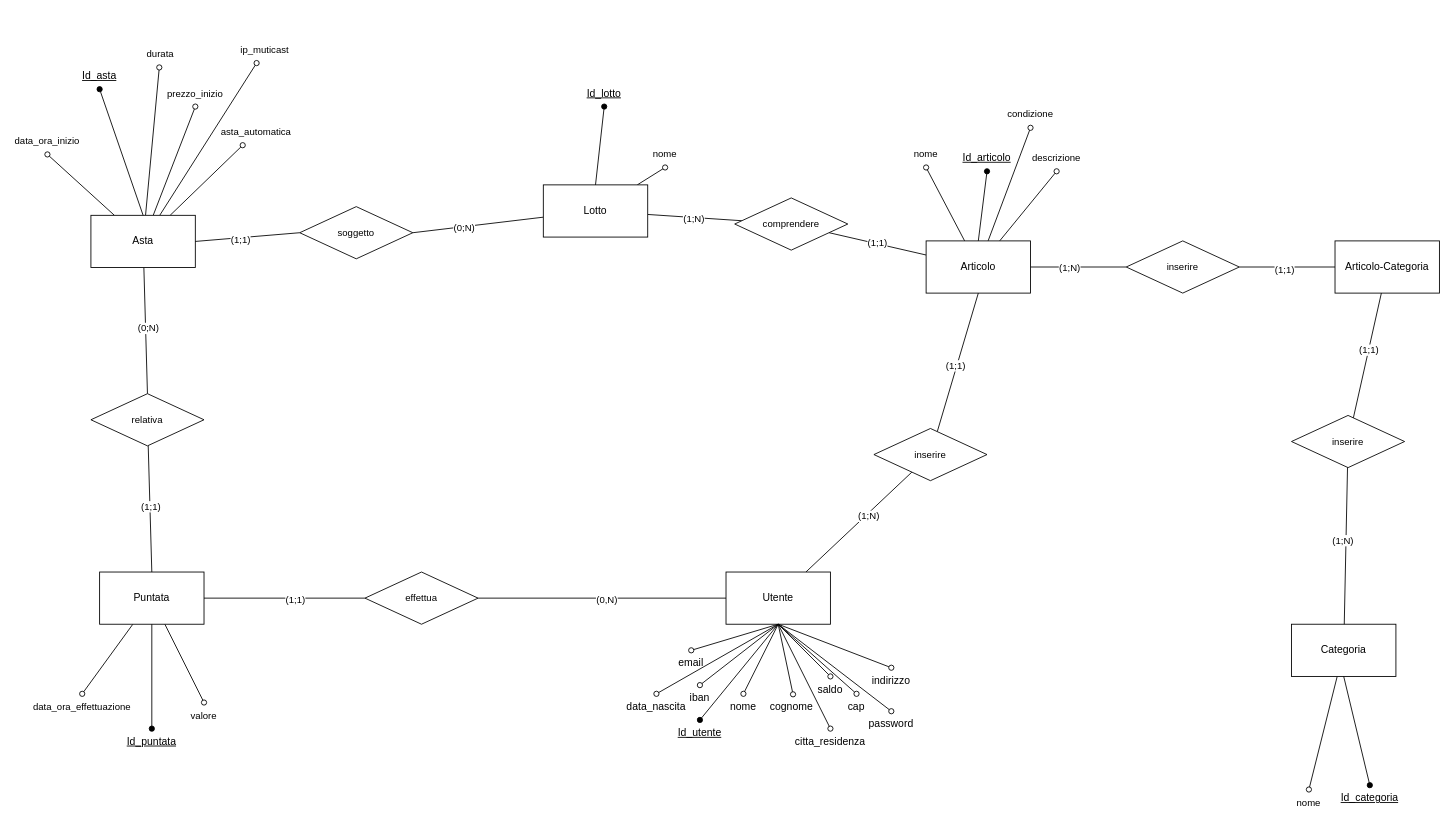
Chaos-Rat/GAO keeps this draw.io diagram as documenti/Schema_ER.drawio. Above is the earlier version. Source tidied: cells renumbered, new cells numbered last; positions are measured from the earlier drawing's top-left corner, leaving out a move shared by most shapes. Both pictures are drawn from the tidied source at 87%, with x=0, y=0 at pixel (21, 37).
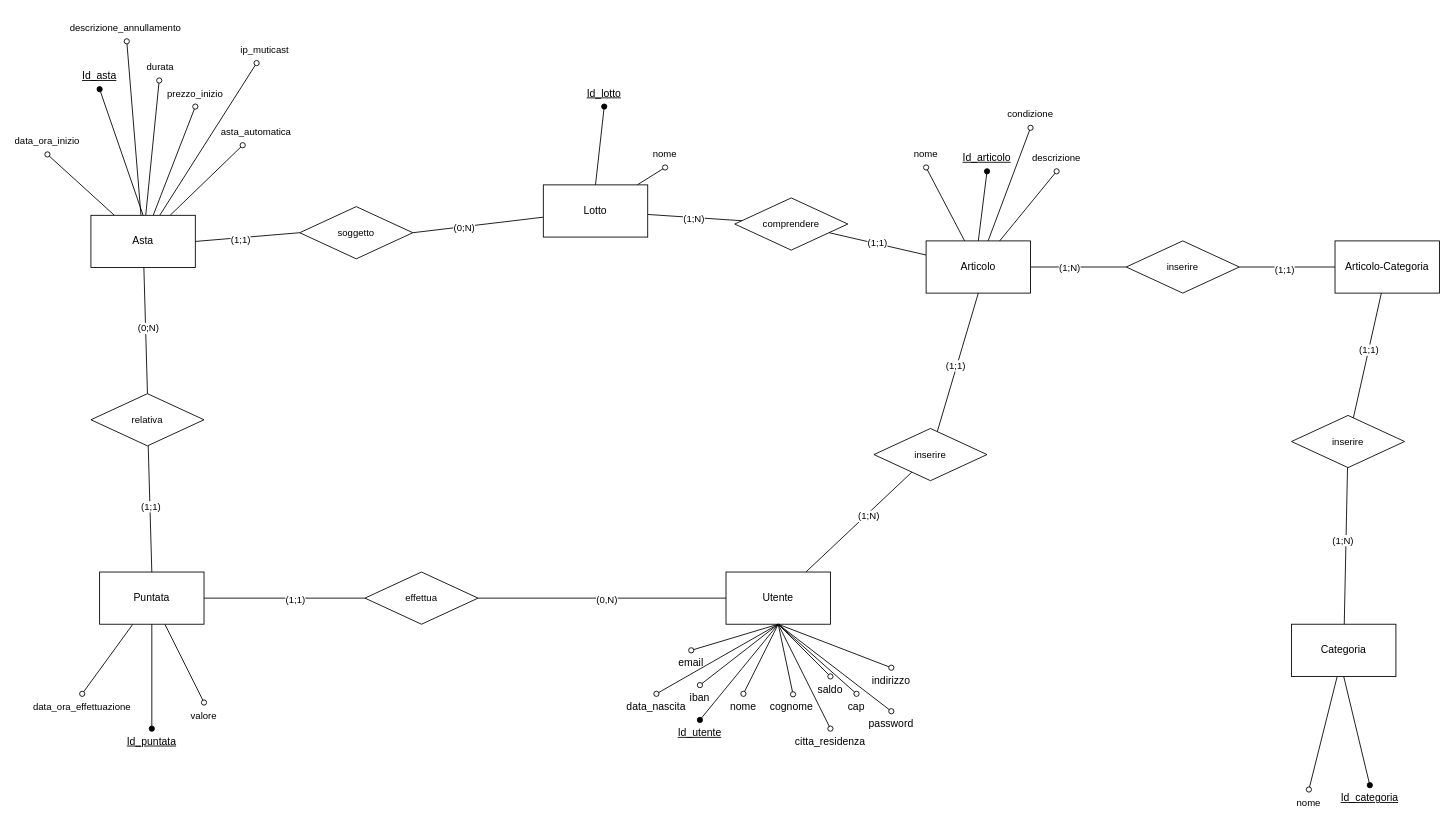
The same page after the edit.

The change refers to these unchanged cells:
```xml
<mxCell id="32" value="Asta" style="rounded=0;whiteSpace=wrap;html=1;" parent="1" vertex="1">
  <mxGeometry x="80" y="205" width="120" height="60" as="geometry" />
</mxCell>
```

Change to the diagram source:
```diff
@@
+    <mxCell id="100" style="rounded=0;jettySize=auto;html=1;endArrow=oval;endFill=0;" parent="1" edge="1" source="32" target="101">
+      <mxGeometry relative="1" as="geometry" />
+    </mxCell>
@@
     <mxCell id="97" value="durata" style="text;html=1;align=center;verticalAlign=middle;whiteSpace=wrap;rounded=0;fontFamily=Helvetica;fontSize=11;fontColor=default;labelBackgroundColor=default;" parent="1" vertex="1">
-      <mxGeometry x="130" y="5" width="60" height="30" as="geometry" />
+      <mxGeometry x="130" y="20" width="60" height="30" as="geometry" />
     </mxCell>
@@
+    <mxCell id="101" value="descrizione_annullamento" style="text;html=1;align=center;verticalAlign=middle;whiteSpace=wrap;rounded=0;fontFamily=Helvetica;fontSize=11;fontColor=default;labelBackgroundColor=default;" parent="1" vertex="1">
+      <mxGeometry x="90" y="-25" width="60" height="30" as="geometry" />
+    </mxCell>
```
